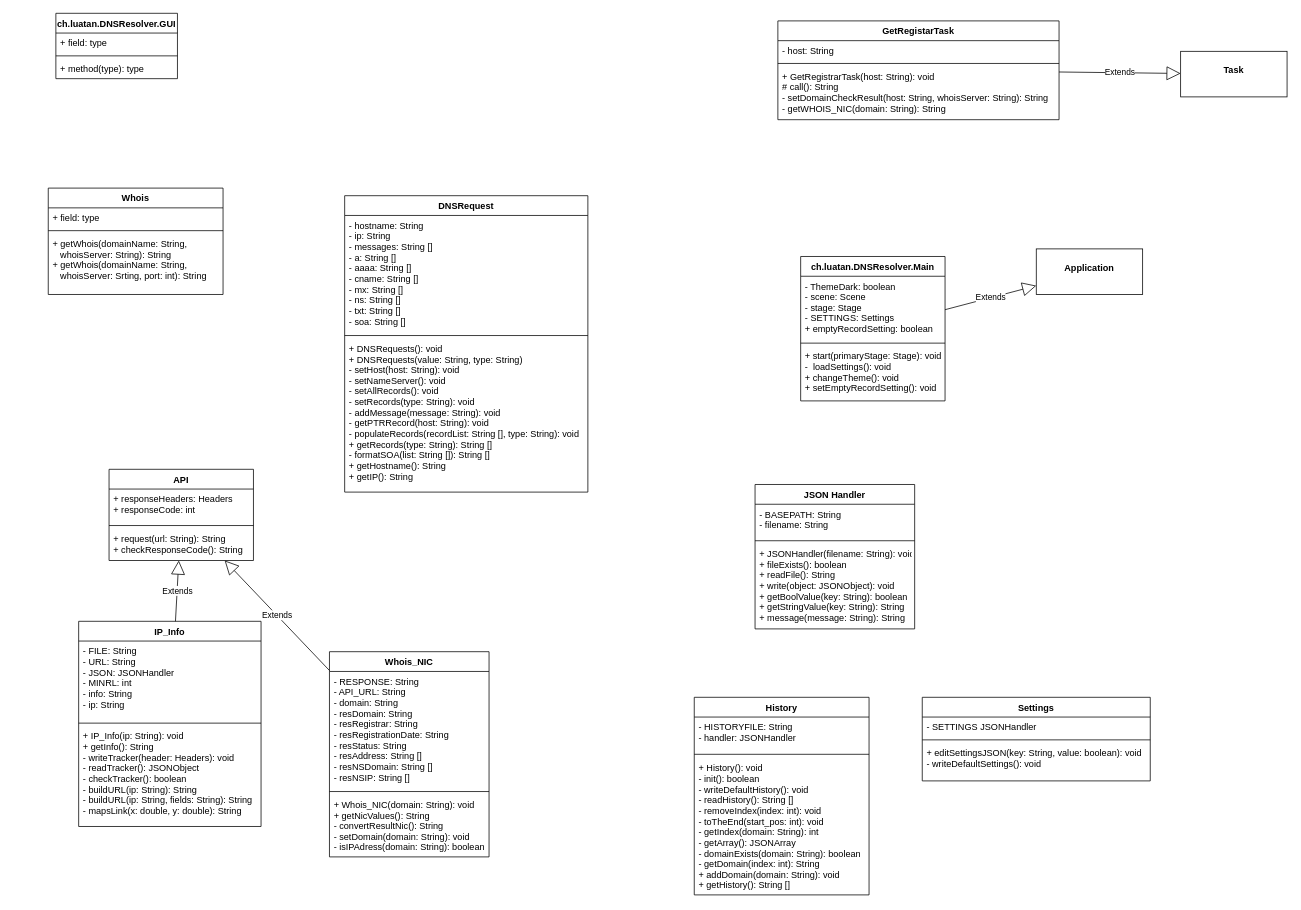
Earlier version of the draw.io diagram src/main/resources/Diagrams/DNS_Resolver.drawio (Luatan/DNSResolver). Source tidied: cells renumbered, new cells numbered last; positions are measured from the earlier drawing's top-left corner, leaving out a move shared by most shapes. Both pictures are drawn from the tidied source at 76%, with x=0, y=0 at pixel (48, 13).
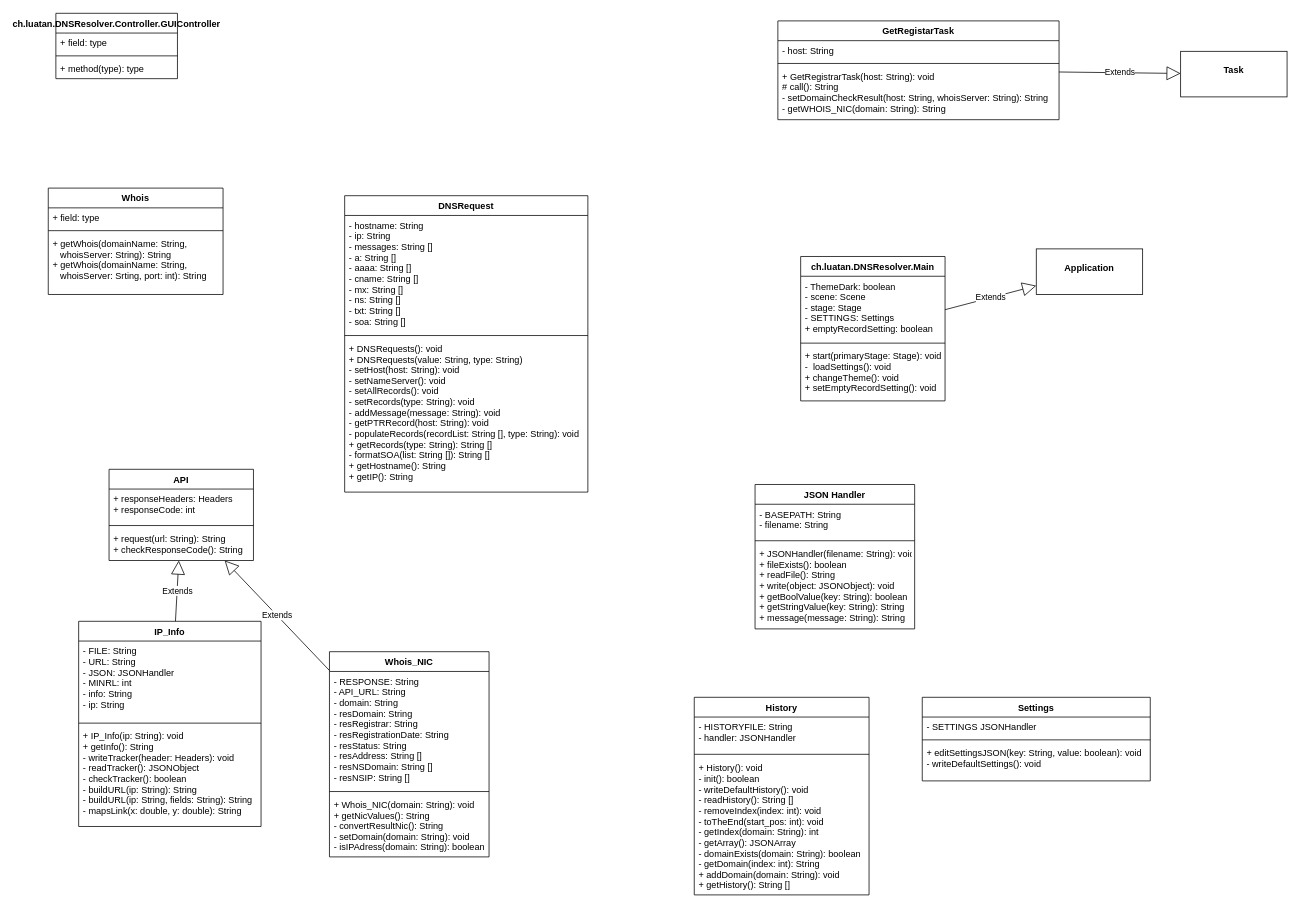
The same page after the edit.

Diff of the diagram source:
```diff
@@
-    <mxCell id="18" value="ch.luatan.DNSResolver.GUI" style="swimlane;fontStyle=1;align=center;verticalAlign=top;horizontal=1;startSize=26;" parent="1" vertex="1">
+    <mxCell id="18" value="ch.luatan.DNSResolver.Controller.GUIController" style="swimlane;fontStyle=1;align=center;verticalAlign=top;horizontal=1;startSize=26;" parent="1" vertex="1">
       <mxGeometry x="10" width="160" height="86" as="geometry" />
     </mxCell>
```
